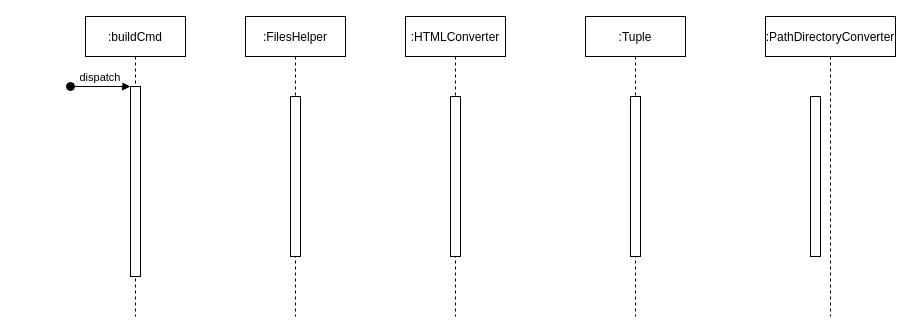
The draw.io diagram DiagrammeSequence.drawio in lgtm-migrator/projet-marengo_rosset_silvestri_tissot, before the edit. Source tidied: cells renumbered, new cells numbered last; positions are measured from the earlier drawing's top-left corner, leaving out a move shared by most shapes. Both pictures are drawn from the tidied source at 100%, with x=0, y=0 at pixel (70, 16).
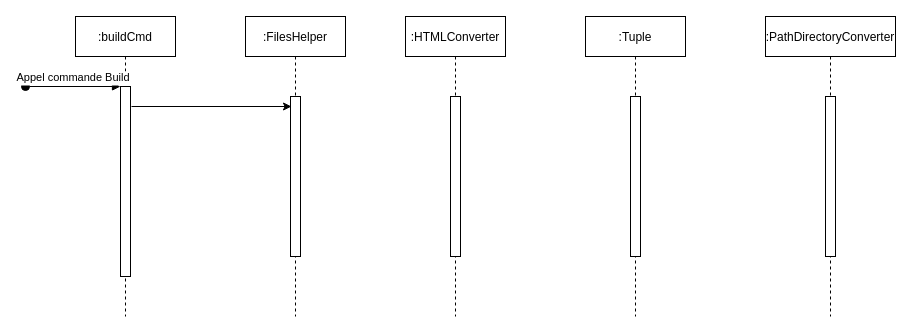
Above is the later version.

Commit message:
Début du diagramme de séquence de la commande build.

The edit, as a diff of the source:
```diff
@@
 <mxGraphModel>
   <root>
     <mxCell id="0" />
     <mxCell id="1" parent="0" />
     <mxCell id="2" value=":buildCmd" style="shape=umlLifeline;perimeter=lifelinePerimeter;rounded=0;shadow=0;strokeWidth=1;" parent="1" vertex="1">
-      <mxGeometry x="15" width="100" height="300" as="geometry" />
+      <mxGeometry x="5" width="100" height="300" as="geometry" />
     </mxCell>
     <mxCell id="3" style="points=[];perimeter=orthogonalPerimeter;rounded=0;shadow=0;strokeWidth=1;" parent="2" vertex="1">
       <mxGeometry x="45" y="70" width="10" height="190" as="geometry" />
     </mxCell>
-    <mxCell id="4" value="dispatch" style="verticalAlign=bottom;startArrow=oval;endArrow=block;startSize=8;shadow=0;strokeWidth=1;" parent="2" edge="1" target="3">
+    <mxCell id="4" value="Appel commande Build" style="verticalAlign=bottom;startArrow=oval;endArrow=block;startSize=8;shadow=0;strokeWidth=1;" parent="2" edge="1" target="3">
       <mxGeometry relative="1" as="geometry">
-        <mxPoint x="-15" y="70" as="sourcePoint" />
+        <mxPoint x="-50" y="70" as="sourcePoint" />
       </mxGeometry>
     </mxCell>
     <mxCell id="5" value=":FilesHelper" style="shape=umlLifeline;perimeter=lifelinePerimeter;rounded=0;shadow=0;strokeWidth=1;" parent="1" vertex="1">
       <mxGeometry x="175" width="100" height="300" as="geometry" />
     </mxCell>
     <mxCell id="6" style="perimeter=orthogonalPerimeter;rounded=0;shadow=0;strokeWidth=1;" parent="5" vertex="1">
       <mxGeometry x="45" y="80" width="10" height="160" as="geometry" />
     </mxCell>
     <mxCell id="7" value=":HTMLConverter" style="shape=umlLifeline;perimeter=lifelinePerimeter;rounded=0;shadow=0;strokeWidth=1;" parent="1" vertex="1">
       <mxGeometry x="335" width="100" height="300" as="geometry" />
     </mxCell>
     <mxCell id="8" style="perimeter=orthogonalPerimeter;rounded=0;shadow=0;strokeWidth=1;" parent="7" vertex="1">
       <mxGeometry x="45" y="80" width="10" height="160" as="geometry" />
     </mxCell>
     <mxCell id="9" value=":Tuple" style="shape=umlLifeline;perimeter=lifelinePerimeter;rounded=0;shadow=0;strokeWidth=1;" parent="1" vertex="1">
       <mxGeometry x="515" width="100" height="300" as="geometry" />
     </mxCell>
     <mxCell id="10" style="perimeter=orthogonalPerimeter;rounded=0;shadow=0;strokeWidth=1;" parent="9" vertex="1">
       <mxGeometry x="45" y="80" width="10" height="160" as="geometry" />
     </mxCell>
     <mxCell id="11" value=":PathDirectoryConverter" style="shape=umlLifeline;perimeter=lifelinePerimeter;rounded=0;shadow=0;strokeWidth=1;" parent="1" vertex="1">
       <mxGeometry x="695" width="130" height="300" as="geometry" />
     </mxCell>
     <mxCell id="12" style="perimeter=orthogonalPerimeter;rounded=0;shadow=0;strokeWidth=1;" parent="11" vertex="1">
-      <mxGeometry x="45" y="80" width="10" height="160" as="geometry" />
+      <mxGeometry x="60" y="80" width="10" height="160" as="geometry" />
     </mxCell>
+    <mxCell id="13" style="endArrow=classic;html=1;rounded=0;" parent="1" edge="1">
+      <mxGeometry relative="1" as="geometry">
+        <mxPoint x="61" y="90" as="sourcePoint" />
+        <mxPoint x="221" y="90" as="targetPoint" />
+      </mxGeometry>
+    </mxCell>
   </root>
 </mxGraphModel>
```
